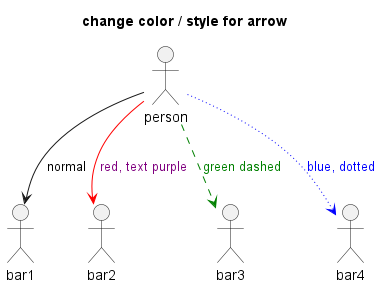
Before: 02_usecase_diagram/02.10-02.18/02_16.png, a diagram exported from PlantUML (yasenstar/PlantUML_in_Action). Source of this version:
```plantuml
@startuml
title change color / style for arrow

actor person
actor bar1
actor bar2
actor bar3
actor bar4

(person) --> (bar1) : normal
(person) --> (bar2) #line:red;text:purple : red, text purple
(person) --> (bar3) #line:green;line.dashed;text:green : green dashed
(person) --> (bar4) #line:blue;line.dotted;text:blue : blue, dotted

@enduml
```
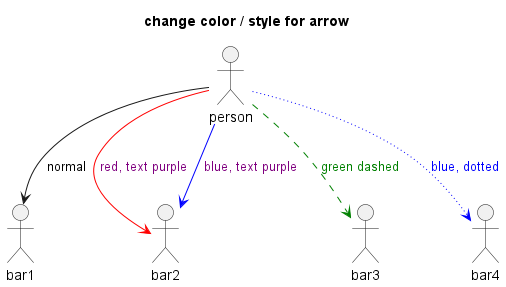
The same file after the commit.

What changed in the source:
```diff
@@ -9,6 +9,7 @@
 
 (person) --> (bar1) : normal
 (person) --> (bar2) #line:red;text:purple : red, text purple
+(person) --> (bar2) #blue;text:purple : blue, text purple
 (person) --> (bar3) #line:green;line.dashed;text:green : green dashed
 (person) --> (bar4) #line:blue;line.dotted;text:blue : blue, dotted
 
```
